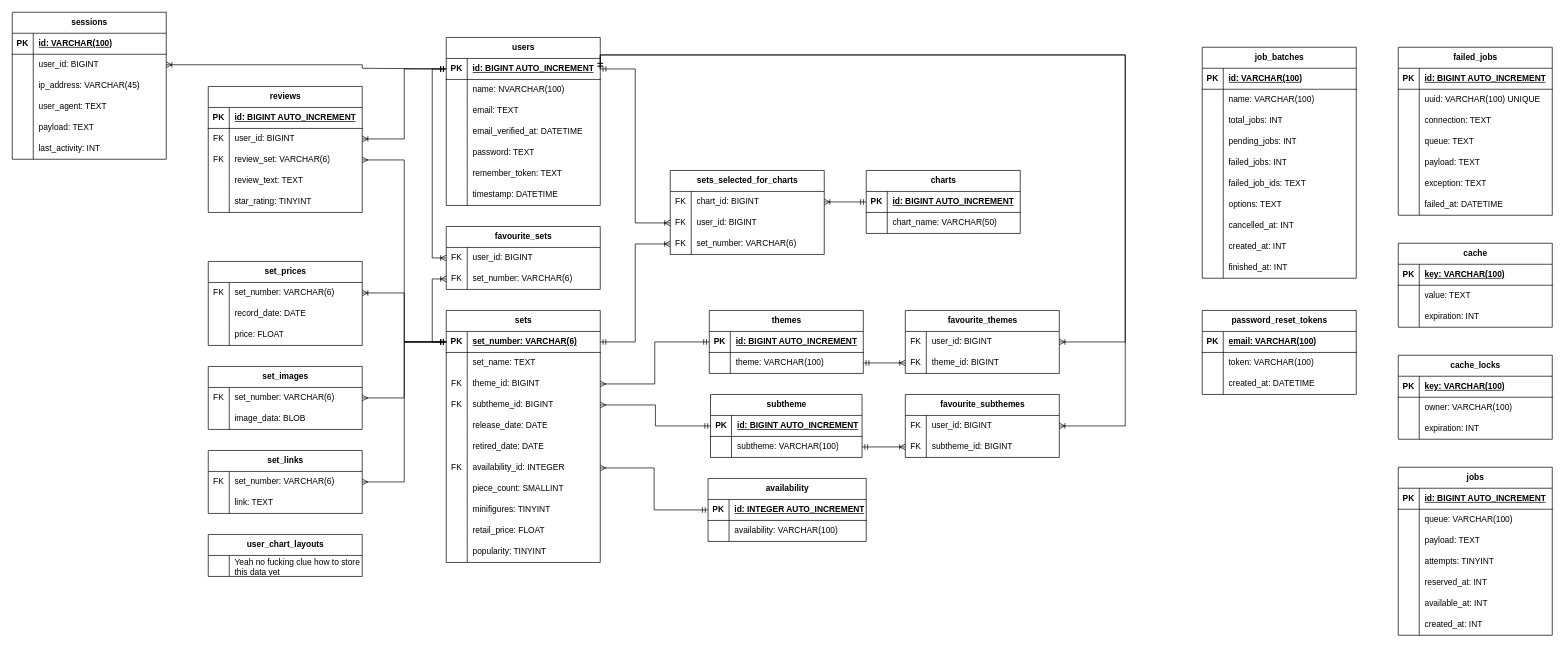
The draw.io diagram DatabaseDiagram.drawio in Kacper-Grzyb/BrickedUp, before the edit. Source tidied: cells renumbered, new cells numbered last; positions are measured from the earlier drawing's top-left corner, leaving out a move shared by most shapes. Both pictures are drawn from the tidied source at 70%, with x=0, y=0 at pixel (12, 12).
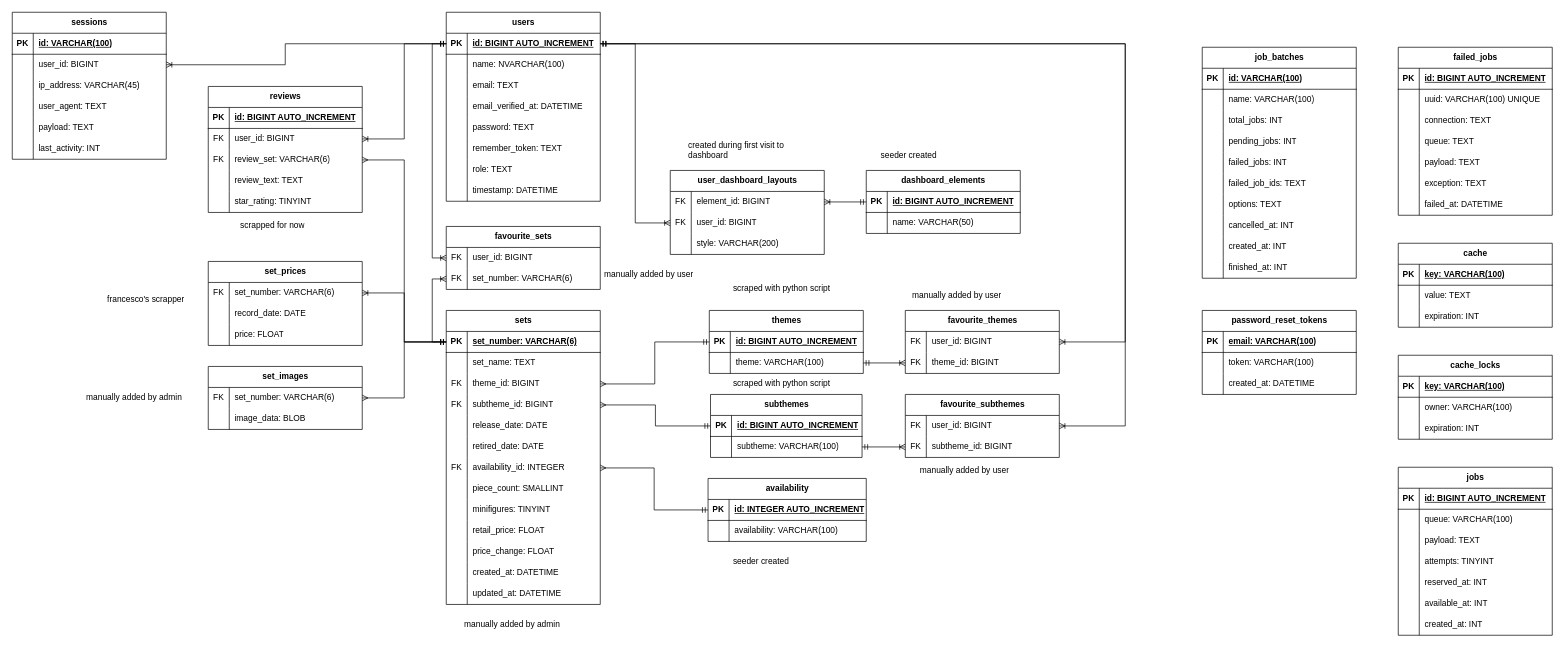
After the change.

Commit message:
database refactoring

The change refers to these unchanged cells:
```xml
<mxCell id="24" style="shape=tableRow;horizontal=0;startSize=0;swimlaneHead=0;swimlaneBody=0;fillColor=none;points=[[0,0.5],[1,0.5]];portConstraint=eastwest;top=0;left=0;right=0;bottom=1;" parent="23" vertex="1">
  <mxGeometry y="30" width="220" height="30" as="geometry" />
</mxCell>
<mxCell id="54" style="shape=tableRow;horizontal=0;startSize=0;swimlaneHead=0;swimlaneBody=0;fillColor=none;top=0;left=0;right=0;bottom=0;" parent="23" vertex="1">
  <mxGeometry y="330" width="220" height="30" as="geometry" />
</mxCell>
<mxCell id="58" style="shape=tableRow;horizontal=0;startSize=0;swimlaneHead=0;swimlaneBody=0;fillColor=none;points=[[0,0.5],[1,0.5]];portConstraint=eastwest;top=0;left=0;right=0;bottom=1;" parent="57" vertex="1">
  <mxGeometry y="30" width="220" height="30" as="geometry" />
</mxCell>
<mxCell id="87" style="shape=tableRow;horizontal=0;startSize=0;swimlaneHead=0;swimlaneBody=0;fillColor=none;points=[[0,0.5],[1,0.5]];portConstraint=eastwest;top=0;left=0;right=0;bottom=0;" parent="86" vertex="1">
  <mxGeometry y="30" width="220" height="30" as="geometry" />
</mxCell>
<mxCell id="94" style="shape=tableRow;horizontal=0;startSize=0;swimlaneHead=0;swimlaneBody=0;fillColor=none;points=[[0,0.5],[1,0.5]];portConstraint=eastwest;top=0;left=0;right=0;bottom=0;" parent="93" vertex="1">
  <mxGeometry y="30" width="220" height="30" as="geometry" />
</mxCell>
<mxCell id="136" style="shape=tableRow;horizontal=0;startSize=0;swimlaneHead=0;swimlaneBody=0;fillColor=none;points=[[0,0.5],[1,0.5]];portConstraint=eastwest;top=0;left=0;right=0;bottom=0;" parent="135" vertex="1">
  <mxGeometry y="30" width="220" height="30" as="geometry" />
</mxCell>
<mxCell id="142" style="shape=tableRow;horizontal=0;startSize=0;swimlaneHead=0;swimlaneBody=0;fillColor=none;points=[[0,0.5],[1,0.5]];portConstraint=eastwest;top=0;left=0;right=0;bottom=0;" parent="135" vertex="1">
  <mxGeometry y="90" width="220" height="30" as="geometry" />
</mxCell>
<mxCell id="149" style="shape=tableRow;horizontal=0;startSize=0;swimlaneHead=0;swimlaneBody=0;fillColor=none;top=0;left=0;right=0;bottom=0;" parent="145" vertex="1">
  <mxGeometry y="60" width="220" height="30" as="geometry" />
</mxCell>
<mxCell id="192" style="shape=tableRow;horizontal=0;startSize=0;swimlaneHead=0;swimlaneBody=0;fillColor=none;points=[[0,0.5],[1,0.5]];portConstraint=eastwest;top=0;left=0;right=0;bottom=0;" parent="188" vertex="1">
  <mxGeometry y="60" width="220" height="30" as="geometry" />
</mxCell>
```

What changed in the source:
```diff
@@
-    <mxCell id="9" value="subtheme" style="shape=table;startSize=30;childLayout=tableLayout;rowLines=0;fontStyle=1;align=center;html=1;" parent="1" vertex="1">
+    <mxCell id="9" value="subthemes" style="shape=table;startSize=30;childLayout=tableLayout;rowLines=0;fontStyle=1;align=center;html=1;" parent="1" vertex="1">
       <mxGeometry x="997.5" y="546" width="216.5" height="90" as="geometry" />
     </mxCell>
@@
     <mxCell id="23" value="sets" style="shape=table;startSize=30;childLayout=tableLayout;rowLines=0;fontStyle=1;align=center;html=1;" parent="1" vertex="1">
-      <mxGeometry x="620" y="426" width="220" height="360" as="geometry" />
+      <mxGeometry x="620" y="426" width="220" height="420" as="geometry" />
     </mxCell>
@@
-    <mxCell id="55" style="shape=partialRectangle;fillColor=none;top=0;left=0;bottom=0;right=0;overflow=hidden;whiteSpace=wrap;html=1;" parent="54" vertex="1">
-      <mxGeometry width="30" height="30" as="geometry" />
-    </mxCell>
-    <mxCell id="56" value="popularity: TINYINT" style="shape=partialRectangle;fillColor=none;top=0;left=0;bottom=0;right=0;align=left;spacingLeft=6;overflow=hidden;whiteSpace=wrap;html=1;" parent="54" vertex="1">
-      <mxGeometry x="30" width="190" height="30" as="geometry" />
-    </mxCell>
+    <mxCell id="303" style="shape=partialRectangle;fillColor=none;top=0;left=0;bottom=0;right=0;overflow=hidden;whiteSpace=wrap;html=1;" parent="54" vertex="1">
+      <mxGeometry width="30" height="30" as="geometry" />
+    </mxCell>
+    <mxCell id="304" value="price_change: FLOAT" style="shape=partialRectangle;fillColor=none;top=0;left=0;bottom=0;right=0;align=left;spacingLeft=6;overflow=hidden;whiteSpace=wrap;html=1;" parent="54" vertex="1">
+      <mxGeometry x="30" width="190" height="30" as="geometry" />
+    </mxCell>
+    <mxCell id="305" style="shape=tableRow;horizontal=0;startSize=0;swimlaneHead=0;swimlaneBody=0;fillColor=none;top=0;left=0;right=0;bottom=0;" parent="23" vertex="1">
+      <mxGeometry y="360" width="220" height="30" as="geometry" />
+    </mxCell>
+    <mxCell id="306" style="shape=partialRectangle;fillColor=none;top=0;left=0;bottom=0;right=0;overflow=hidden;whiteSpace=wrap;html=1;" parent="305" vertex="1">
+      <mxGeometry width="30" height="30" as="geometry" />
+    </mxCell>
+    <mxCell id="307" value="created_at: DATETIME" style="shape=partialRectangle;fillColor=none;top=0;left=0;bottom=0;right=0;align=left;spacingLeft=6;overflow=hidden;whiteSpace=wrap;html=1;" parent="305" vertex="1">
+      <mxGeometry x="30" width="190" height="30" as="geometry" />
+    </mxCell>
+    <mxCell id="308" style="shape=tableRow;horizontal=0;startSize=0;swimlaneHead=0;swimlaneBody=0;fillColor=none;top=0;left=0;right=0;bottom=0;" parent="23" vertex="1">
+      <mxGeometry y="390" width="220" height="30" as="geometry" />
+    </mxCell>
+    <mxCell id="309" style="shape=partialRectangle;fillColor=none;top=0;left=0;bottom=0;right=0;overflow=hidden;whiteSpace=wrap;html=1;" parent="308" vertex="1">
+      <mxGeometry width="30" height="30" as="geometry" />
+    </mxCell>
+    <mxCell id="310" value="updated_at: DATETIME" style="shape=partialRectangle;fillColor=none;top=0;left=0;bottom=0;right=0;align=left;spacingLeft=6;overflow=hidden;whiteSpace=wrap;html=1;" parent="308" vertex="1">
+      <mxGeometry x="30" width="190" height="30" as="geometry" />
+    </mxCell>
     <mxCell id="57" value="users" style="shape=table;startSize=30;childLayout=tableLayout;rowLines=0;fontStyle=1;align=center;html=1;" parent="1" vertex="1">
-      <mxGeometry x="620" y="36" width="220" height="240" as="geometry" />
+      <mxGeometry x="620" width="220" height="270" as="geometry" />
     </mxCell>
@@
+    <mxCell id="311" style="shape=tableRow;horizontal=0;startSize=0;swimlaneHead=0;swimlaneBody=0;fillColor=none;top=0;left=0;right=0;bottom=0;" parent="57" vertex="1">
+      <mxGeometry y="210" width="220" height="30" as="geometry" />
+    </mxCell>
+    <mxCell id="312" style="shape=partialRectangle;fillColor=none;top=0;left=0;bottom=0;right=0;overflow=hidden;whiteSpace=wrap;html=1;" parent="311" vertex="1">
+      <mxGeometry width="30" height="30" as="geometry" />
+    </mxCell>
+    <mxCell id="313" value="role: TEXT" style="shape=partialRectangle;fillColor=none;top=0;left=0;bottom=0;right=0;align=left;spacingLeft=6;overflow=hidden;whiteSpace=wrap;html=1;" parent="311" vertex="1">
+      <mxGeometry x="30" width="190" height="30" as="geometry" />
+    </mxCell>
     <mxCell id="76" style="shape=tableRow;horizontal=0;startSize=0;swimlaneHead=0;swimlaneBody=0;fillColor=none;top=0;left=0;right=0;bottom=0;" parent="57" vertex="1">
-      <mxGeometry y="210" width="220" height="30" as="geometry" />
+      <mxGeometry y="240" width="220" height="30" as="geometry" />
     </mxCell>
@@
-    <mxCell id="135" value="sets_selected_for_charts" style="shape=table;startSize=30;childLayout=tableLayout;rowLines=0;fontStyle=1;align=center;html=1;" parent="1" vertex="1">
+    <mxCell id="135" value="user_dashboard_layouts" style="shape=table;startSize=30;childLayout=tableLayout;rowLines=0;fontStyle=1;align=center;html=1;" parent="1" vertex="1">
       <mxGeometry x="940" y="226" width="220" height="120" as="geometry" />
     </mxCell>
@@
-    <mxCell id="138" value="chart_id: BIGINT" style="shape=partialRectangle;fillColor=none;top=0;left=0;bottom=0;right=0;align=left;spacingLeft=6;overflow=hidden;whiteSpace=wrap;html=1;" parent="136" vertex="1">
+    <mxCell id="138" value="element_id: BIGINT" style="shape=partialRectangle;fillColor=none;top=0;left=0;bottom=0;right=0;align=left;spacingLeft=6;overflow=hidden;whiteSpace=wrap;html=1;" parent="136" vertex="1">
       <mxGeometry x="30" width="190" height="30" as="geometry" />
     </mxCell>
@@
-    <mxCell id="143" value="FK" style="shape=partialRectangle;fillColor=none;top=0;left=0;bottom=0;right=0;overflow=hidden;whiteSpace=wrap;html=1;" parent="142" vertex="1">
+    <mxCell id="143" style="shape=partialRectangle;fillColor=none;top=0;left=0;bottom=0;right=0;overflow=hidden;whiteSpace=wrap;html=1;" parent="142" vertex="1">
       <mxGeometry width="30" height="30" as="geometry" />
     </mxCell>
-    <mxCell id="144" value="set_number: VARCHAR(6)" style="shape=partialRectangle;fillColor=none;top=0;left=0;bottom=0;right=0;align=left;spacingLeft=6;overflow=hidden;whiteSpace=wrap;html=1;" parent="142" vertex="1">
+    <mxCell id="144" value="style: VARCHAR(200)" style="shape=partialRectangle;fillColor=none;top=0;left=0;bottom=0;right=0;align=left;spacingLeft=6;overflow=hidden;whiteSpace=wrap;html=1;" parent="142" vertex="1">
       <mxGeometry x="30" width="190" height="30" as="geometry" />
     </mxCell>
-    <mxCell id="145" value="charts" style="shape=table;startSize=30;childLayout=tableLayout;rowLines=0;fontStyle=1;align=center;html=1;" parent="1" vertex="1">
+    <mxCell id="145" value="dashboard_elements" style="shape=table;startSize=30;childLayout=tableLayout;rowLines=0;fontStyle=1;align=center;html=1;" parent="1" vertex="1">
       <mxGeometry x="1220" y="226" width="220" height="90" as="geometry" />
     </mxCell>
@@
-    <mxCell id="151" value="chart_name: VARCHAR(50)" style="shape=partialRectangle;fillColor=none;top=0;left=0;bottom=0;right=0;align=left;spacingLeft=6;overflow=hidden;whiteSpace=wrap;html=1;" parent="149" vertex="1">
+    <mxCell id="151" value="name: VARCHAR(50)" style="shape=partialRectangle;fillColor=none;top=0;left=0;bottom=0;right=0;align=left;spacingLeft=6;overflow=hidden;whiteSpace=wrap;html=1;" parent="149" vertex="1">
       <mxGeometry x="30" width="190" height="30" as="geometry" />
     </mxCell>
@@
-    <mxCell id="154" style="edgeStyle=orthogonalEdgeStyle;rounded=0;jettySize=auto;html=1;entryX=1;entryY=0.5;entryDx=0;entryDy=0;endArrow=ERmandOne;endFill=0;startArrow=ERoneToMany;startFill=0;" parent="1" edge="1" source="142" target="24">
-      <mxGeometry relative="1" as="geometry" />
-    </mxCell>
@@
-    <mxCell id="163" value="set_links" style="shape=table;startSize=30;childLayout=tableLayout;rowLines=0;fontStyle=1;align=center;html=1;" parent="1" vertex="1">
-      <mxGeometry x="280" y="626" width="220" height="90" as="geometry" />
-    </mxCell>
-    <mxCell id="164" style="shape=tableRow;horizontal=0;startSize=0;swimlaneHead=0;swimlaneBody=0;fillColor=none;points=[[0,0.5],[1,0.5]];portConstraint=eastwest;top=0;left=0;right=0;bottom=0;" parent="163" vertex="1">
-      <mxGeometry y="30" width="220" height="30" as="geometry" />
-    </mxCell>
-    <mxCell id="165" value="FK" style="shape=partialRectangle;fillColor=none;top=0;left=0;bottom=0;right=0;overflow=hidden;whiteSpace=wrap;html=1;" parent="164" vertex="1">
-      <mxGeometry width="30" height="30" as="geometry" />
-    </mxCell>
-    <mxCell id="166" value="set_number: VARCHAR(6)" style="shape=partialRectangle;fillColor=none;top=0;left=0;bottom=0;right=0;align=left;spacingLeft=6;overflow=hidden;whiteSpace=wrap;html=1;" parent="164" vertex="1">
-      <mxGeometry x="30" width="190" height="30" as="geometry" />
-    </mxCell>
-    <mxCell id="167" style="shape=tableRow;horizontal=0;startSize=0;swimlaneHead=0;swimlaneBody=0;fillColor=none;top=0;left=0;right=0;bottom=0;" parent="163" vertex="1">
-      <mxGeometry y="60" width="220" height="30" as="geometry" />
-    </mxCell>
-    <mxCell id="168" style="shape=partialRectangle;fillColor=none;top=0;left=0;bottom=0;right=0;overflow=hidden;whiteSpace=wrap;html=1;" parent="167" vertex="1">
-      <mxGeometry width="30" height="30" as="geometry" />
-    </mxCell>
-    <mxCell id="169" value="link: TEXT" style="shape=partialRectangle;fillColor=none;top=0;left=0;bottom=0;right=0;align=left;spacingLeft=6;overflow=hidden;whiteSpace=wrap;html=1;" parent="167" vertex="1">
-      <mxGeometry x="30" width="190" height="30" as="geometry" />
-    </mxCell>
-    <mxCell id="170" style="edgeStyle=orthogonalEdgeStyle;rounded=0;jettySize=auto;html=1;entryX=0;entryY=0.5;entryDx=0;entryDy=0;endArrow=ERmandOne;endFill=0;startArrow=ERmany;startFill=0;" parent="1" edge="1" source="164" target="24">
-      <mxGeometry relative="1" as="geometry" />
-    </mxCell>
-    <mxCell id="171" value="user_chart_layouts" style="shape=table;startSize=30;childLayout=tableLayout;rowLines=0;fontStyle=1;align=center;html=1;" parent="1" vertex="1">
-      <mxGeometry x="280" y="746" width="220" height="60" as="geometry" />
-    </mxCell>
-    <mxCell id="172" style="shape=tableRow;horizontal=0;startSize=0;swimlaneHead=0;swimlaneBody=0;fillColor=none;top=0;left=0;right=0;bottom=0;" parent="171" vertex="1">
-      <mxGeometry y="30" width="220" height="30" as="geometry" />
-    </mxCell>
-    <mxCell id="173" style="shape=partialRectangle;fillColor=none;top=0;left=0;bottom=0;right=0;overflow=hidden;whiteSpace=wrap;html=1;" parent="172" vertex="1">
-      <mxGeometry width="30" height="30" as="geometry" />
-    </mxCell>
-    <mxCell id="174" value="Yeah no fucking clue how to store this data yet" style="shape=partialRectangle;fillColor=none;top=0;left=0;bottom=0;right=0;align=left;spacingLeft=6;overflow=hidden;whiteSpace=wrap;html=1;" parent="172" vertex="1">
-      <mxGeometry x="30" width="190" height="30" as="geometry" />
-    </mxCell>
     <mxCell id="175" style="edgeStyle=orthogonalEdgeStyle;rounded=0;jettySize=auto;html=1;entryX=1;entryY=0.5;entryDx=0;entryDy=0;endArrow=ERmandOne;endFill=0;startArrow=ERoneToMany;startFill=0;" parent="1" edge="1" source="87" target="58">
       <mxGeometry relative="1" as="geometry">
         <Array as="points">
           <mxPoint x="1590" y="471" />
-          <mxPoint x="1590" y="61" />
+          <mxPoint x="1590" y="45" />
         </Array>
       </mxGeometry>
     </mxCell>
     <mxCell id="176" style="edgeStyle=orthogonalEdgeStyle;rounded=0;jettySize=auto;html=1;entryX=1;entryY=0.5;entryDx=0;entryDy=0;endArrow=ERmandOne;endFill=0;startArrow=ERoneToMany;startFill=0;" parent="1" edge="1" source="94" target="58">
       <mxGeometry relative="1" as="geometry">
         <Array as="points">
           <mxPoint x="1590" y="591" />
-          <mxPoint x="1590" y="61" />
+          <mxPoint x="1590" y="45" />
         </Array>
       </mxGeometry>
     </mxCell>
@@
     <mxCell id="207" style="edgeStyle=orthogonalEdgeStyle;rounded=0;jettySize=auto;html=1;entryX=0;entryY=0.5;entryDx=0;entryDy=0;endArrow=ERmandOne;endFill=0;startArrow=ERoneToMany;startFill=0;exitX=1;exitY=0.5;exitDx=0;exitDy=0;" parent="1" edge="1" source="192" target="58">
       <mxGeometry relative="1" as="geometry">
         <Array as="points">
-          <mxPoint x="500" y="75" />
-          <mxPoint x="500" y="80" />
-          <mxPoint x="620" y="80" />
+          <mxPoint x="390" y="75" />
+          <mxPoint x="390" y="45" />
         </Array>
       </mxGeometry>
     </mxCell>
@@
+    <mxCell id="314" value="created during first visit to dashboard" style="text;strokeColor=none;fillColor=none;align=left;verticalAlign=middle;spacingLeft=4;spacingRight=4;overflow=hidden;whiteSpace=wrap;html=1;" parent="1" vertex="1">
+      <mxGeometry x="960" y="180" width="190" height="30" as="geometry" />
+    </mxCell>
+    <mxCell id="315" value="scraped with python script" style="text;strokeColor=none;fillColor=none;align=left;verticalAlign=middle;spacingLeft=4;spacingRight=4;overflow=hidden;whiteSpace=wrap;html=1;" parent="1" vertex="1">
+      <mxGeometry x="1024" y="380" width="190" height="30" as="geometry" />
+    </mxCell>
+    <mxCell id="316" value="scraped with python script" style="text;strokeColor=none;fillColor=none;align=left;verticalAlign=middle;spacingLeft=4;spacingRight=4;overflow=hidden;whiteSpace=wrap;html=1;" parent="1" vertex="1">
+      <mxGeometry x="1024" y="516" width="190" height="30" as="geometry" />
+    </mxCell>
+    <mxCell id="317" value="seeder created" style="text;strokeColor=none;fillColor=none;align=left;verticalAlign=middle;spacingLeft=4;spacingRight=4;overflow=hidden;whiteSpace=wrap;html=1;" parent="1" vertex="1">
+      <mxGeometry x="1024" y="770" width="190" height="30" as="geometry" />
+    </mxCell>
+    <mxCell id="318" value="manually added by user" style="text;strokeColor=none;fillColor=none;align=left;verticalAlign=middle;spacingLeft=4;spacingRight=4;overflow=hidden;whiteSpace=wrap;html=1;" parent="1" vertex="1">
+      <mxGeometry x="1290.8" y="640" width="190" height="30" as="geometry" />
+    </mxCell>
+    <mxCell id="319" value="manually added by user" style="text;strokeColor=none;fillColor=none;align=left;verticalAlign=middle;spacingLeft=4;spacingRight=4;overflow=hidden;whiteSpace=wrap;html=1;" parent="1" vertex="1">
+      <mxGeometry x="1280" y="390" width="190" height="30" as="geometry" />
+    </mxCell>
+    <mxCell id="320" value="seeder created" style="text;strokeColor=none;fillColor=none;align=left;verticalAlign=middle;spacingLeft=4;spacingRight=4;overflow=hidden;whiteSpace=wrap;html=1;" parent="1" vertex="1">
+      <mxGeometry x="1235" y="190" width="190" height="30" as="geometry" />
+    </mxCell>
+    <mxCell id="321" value="scrapped for now" style="text;strokeColor=none;fillColor=none;align=left;verticalAlign=middle;spacingLeft=4;spacingRight=4;overflow=hidden;whiteSpace=wrap;html=1;" parent="1" vertex="1">
+      <mxGeometry x="320" y="290" width="190" height="30" as="geometry" />
+    </mxCell>
+    <mxCell id="322" value="francesco's scrapper" style="text;strokeColor=none;fillColor=none;align=left;verticalAlign=middle;spacingLeft=4;spacingRight=4;overflow=hidden;whiteSpace=wrap;html=1;" parent="1" vertex="1">
+      <mxGeometry x="130" y="396" width="130" height="30" as="geometry" />
+    </mxCell>
+    <mxCell id="323" value="manually added by admin" style="text;strokeColor=none;fillColor=none;align=left;verticalAlign=middle;spacingLeft=4;spacingRight=4;overflow=hidden;whiteSpace=wrap;html=1;" parent="1" vertex="1">
+      <mxGeometry x="100" y="535" width="160" height="30" as="geometry" />
+    </mxCell>
+    <mxCell id="324" value="manually added by admin" style="text;strokeColor=none;fillColor=none;align=left;verticalAlign=middle;spacingLeft=4;spacingRight=4;overflow=hidden;whiteSpace=wrap;html=1;" parent="1" vertex="1">
+      <mxGeometry x="640" y="860" width="160" height="30" as="geometry" />
+    </mxCell>
+    <mxCell id="325" value="manually added by user" style="text;strokeColor=none;fillColor=none;align=left;verticalAlign=middle;spacingLeft=4;spacingRight=4;overflow=hidden;whiteSpace=wrap;html=1;" parent="1" vertex="1">
+      <mxGeometry x="840" y="360" width="146" height="30" as="geometry" />
+    </mxCell>
```
